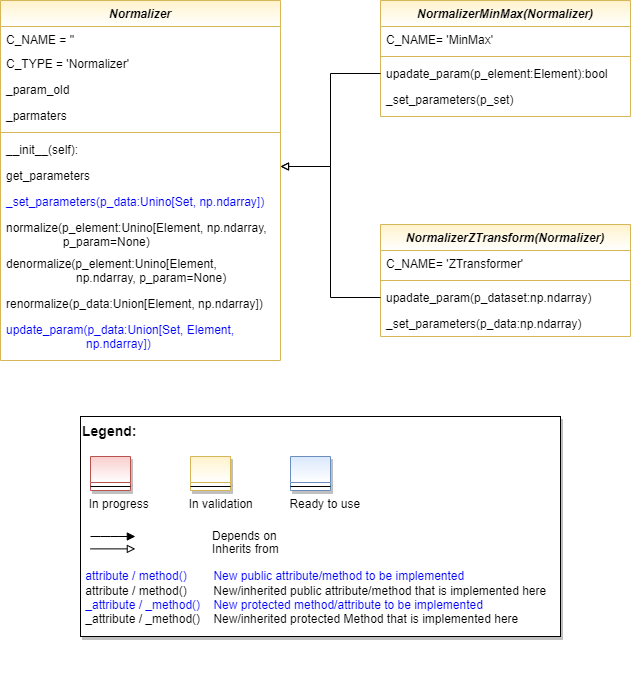
Before: doc/rtd/content/append2/core/images/bf/MLPro-BF-Math-Normalizers_class_diagram.drawio.png, a diagram exported from draw.io (fhswf/MLPro). Source tidied: cells renumbered, new cells last; positions are measured from the earlier drawing's top-left corner, leaving out a move shared by most shapes.
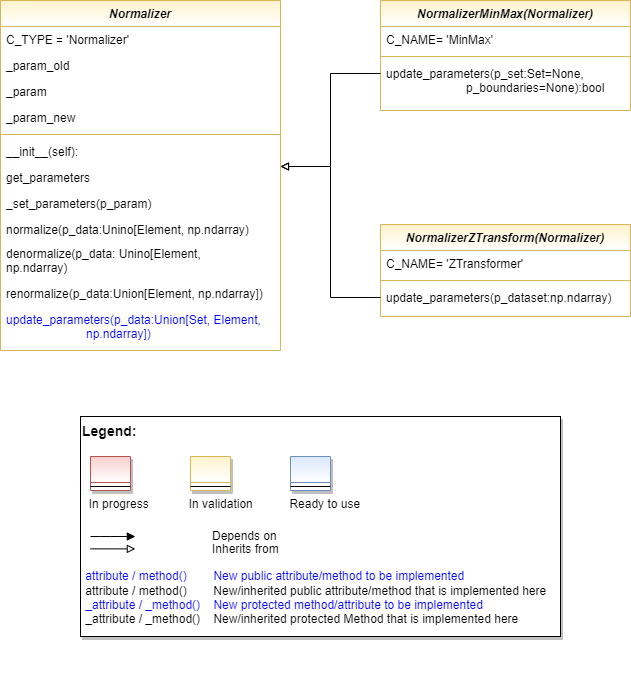
The same file after the commit.

Diff of the diagram source:
```diff
@@ -3,46 +3,46 @@
     <mxCell id="0" />
     <mxCell id="1" parent="0" />
     <mxCell id="2" value="Normalizer" style="swimlane;fontStyle=3;align=center;verticalAlign=top;horizontal=1;startSize=26;rounded=0;shadow=0;strokeWidth=1;fillColor=#fff2cc;strokeColor=#d6b656;gradientColor=#FFFFFF;" parent="1" vertex="1">
-      <mxGeometry width="280" height="360" as="geometry" />
+      <mxGeometry width="280" height="350" as="geometry" />
     </mxCell>
-    <mxCell id="3" value="C_NAME = ''" style="text;align=left;verticalAlign=top;spacingLeft=4;spacingRight=4;overflow=hidden;" parent="2" vertex="1">
-      <mxGeometry y="26" width="280" height="24" as="geometry" />
-    </mxCell>
     <mxCell id="4" value="C_TYPE = 'Normalizer'" style="text;align=left;verticalAlign=top;spacingLeft=4;spacingRight=4;overflow=hidden;rounded=0;shadow=0;html=0;" parent="2" vertex="1">
-      <mxGeometry y="50" width="280" height="26" as="geometry" />
+      <mxGeometry y="26" width="280" height="26" as="geometry" />
     </mxCell>
     <mxCell id="5" value="_param_old" style="text;align=left;verticalAlign=top;spacingLeft=4;spacingRight=4;overflow=hidden;rounded=0;shadow=0;html=0;" parent="2" vertex="1">
-      <mxGeometry y="76" width="280" height="26" as="geometry" />
+      <mxGeometry y="52" width="280" height="26" as="geometry" />
     </mxCell>
-    <mxCell id="6" value="_parmaters" style="text;align=left;verticalAlign=top;spacingLeft=4;spacingRight=4;overflow=hidden;rounded=0;shadow=0;html=0;" parent="2" vertex="1">
-      <mxGeometry y="102" width="280" height="26" as="geometry" />
+    <mxCell id="6" value="_param" style="text;align=left;verticalAlign=top;spacingLeft=4;spacingRight=4;overflow=hidden;rounded=0;shadow=0;html=0;" parent="2" vertex="1">
+      <mxGeometry y="78" width="280" height="26" as="geometry" />
     </mxCell>
+    <mxCell id="37" value="_param_new" style="text;align=left;verticalAlign=top;spacingLeft=4;spacingRight=4;overflow=hidden;rounded=0;shadow=0;html=0;" parent="2" vertex="1">
+      <mxGeometry y="104" width="280" height="26" as="geometry" />
+    </mxCell>
     <mxCell id="7" style="line;html=1;strokeWidth=1;align=left;verticalAlign=middle;spacingTop=-1;spacingLeft=3;spacingRight=3;labelPosition=right;fillColor=#fff2cc;strokeColor=#d6b656;gradientColor=#FFFFFF;" parent="2" vertex="1">
-      <mxGeometry y="128" width="280" height="8" as="geometry" />
+      <mxGeometry y="130" width="280" height="8" as="geometry" />
     </mxCell>
     <mxCell id="8" value="__init__(self):" style="text;align=left;verticalAlign=top;spacingLeft=4;spacingRight=4;overflow=hidden;" parent="2" vertex="1">
-      <mxGeometry y="136" width="280" height="26" as="geometry" />
+      <mxGeometry y="138" width="280" height="26" as="geometry" />
     </mxCell>
     <mxCell id="9" value="get_parameters" style="text;align=left;verticalAlign=top;spacingLeft=4;spacingRight=4;overflow=hidden;" parent="2" vertex="1">
-      <mxGeometry y="162" width="280" height="26" as="geometry" />
+      <mxGeometry y="164" width="280" height="26" as="geometry" />
     </mxCell>
-    <mxCell id="10" value="_set_parameters(p_data:Unino[Set, np.ndarray])" style="text;align=left;verticalAlign=top;spacingLeft=4;spacingRight=4;overflow=hidden;fontColor=#0000FF;" parent="2" vertex="1">
-      <mxGeometry y="188" width="280" height="26" as="geometry" />
+    <mxCell id="10" value="_set_parameters(p_param)" style="text;align=left;verticalAlign=top;spacingLeft=4;spacingRight=4;overflow=hidden;fontColor=#000000;" parent="2" vertex="1">
+      <mxGeometry y="190" width="280" height="26" as="geometry" />
     </mxCell>
-    <mxCell id="11" value="normalize(p_element:Unino[Element, np.ndarray,                  p_param=None)" style="text;align=left;verticalAlign=top;spacingLeft=4;spacingRight=4;overflow=hidden;whiteSpace=wrap;" parent="2" vertex="1">
-      <mxGeometry y="214" width="280" height="36" as="geometry" />
+    <mxCell id="11" value="normalize(p_data:Unino[Element, np.ndarray)" style="text;align=left;verticalAlign=top;spacingLeft=4;spacingRight=4;overflow=hidden;whiteSpace=wrap;" parent="2" vertex="1">
+      <mxGeometry y="216" width="280" height="24" as="geometry" />
     </mxCell>
-    <mxCell id="12" value="denormalize(p_element:Unino[Element,                      np.ndarray, p_param=None)" style="text;align=left;verticalAlign=top;spacingLeft=4;spacingRight=4;overflow=hidden;whiteSpace=wrap;" parent="2" vertex="1">
-      <mxGeometry y="250" width="280" height="40" as="geometry" />
+    <mxCell id="12" value="denormalize(p_data: Unino[Element,                      np.ndarray)" style="text;align=left;verticalAlign=top;spacingLeft=4;spacingRight=4;overflow=hidden;whiteSpace=wrap;" parent="2" vertex="1">
+      <mxGeometry y="240" width="280" height="40" as="geometry" />
     </mxCell>
     <mxCell id="13" value="renormalize(p_data:Union[Element, np.ndarray])" style="text;align=left;verticalAlign=top;spacingLeft=4;spacingRight=4;overflow=hidden;fontColor=#000000;" parent="2" vertex="1">
-      <mxGeometry y="290" width="280" height="26" as="geometry" />
+      <mxGeometry y="280" width="280" height="26" as="geometry" />
     </mxCell>
-    <mxCell id="14" value="update_param(p_data:Union[Set, Element,                         np.ndarray])" style="text;align=left;verticalAlign=top;spacingLeft=4;spacingRight=4;overflow=hidden;fontColor=#0000FF;whiteSpace=wrap;" parent="2" vertex="1">
-      <mxGeometry y="316" width="280" height="44" as="geometry" />
+    <mxCell id="14" value="update_parameters(p_data:Union[Set, Element,                         np.ndarray])" style="text;align=left;verticalAlign=top;spacingLeft=4;spacingRight=4;overflow=hidden;fontColor=#0000FF;whiteSpace=wrap;" parent="2" vertex="1">
+      <mxGeometry y="306" width="280" height="44" as="geometry" />
     </mxCell>
     <mxCell id="15" value="NormalizerMinMax(Normalizer)" style="swimlane;fontStyle=3;align=center;verticalAlign=top;horizontal=1;startSize=26;rounded=0;shadow=0;strokeWidth=1;fillColor=#fff2cc;strokeColor=#d6b656;gradientColor=#FFFFFF;" parent="1" vertex="1">
-      <mxGeometry x="380" width="250" height="116" as="geometry" />
+      <mxGeometry x="380" width="250" height="110" as="geometry" />
     </mxCell>
     <mxCell id="16" value="C_NAME= 'MinMax'" style="text;align=left;verticalAlign=top;spacingLeft=4;spacingRight=4;overflow=hidden;rounded=0;shadow=0;html=0;" parent="15" vertex="1">
       <mxGeometry y="26" width="250" height="26" as="geometry" />
@@ -50,12 +50,9 @@
     <mxCell id="17" style="line;html=1;strokeWidth=1;align=left;verticalAlign=middle;spacingTop=-1;spacingLeft=3;spacingRight=3;labelPosition=right;fillColor=#fff2cc;strokeColor=#d6b656;gradientColor=#FFFFFF;" parent="15" vertex="1">
       <mxGeometry y="52" width="250" height="8" as="geometry" />
     </mxCell>
-    <mxCell id="18" value="upadate_param(p_element:Element):bool" style="text;align=left;verticalAlign=top;spacingLeft=4;spacingRight=4;overflow=hidden;fontColor=#000000;" parent="15" vertex="1">
-      <mxGeometry y="60" width="250" height="26" as="geometry" />
+    <mxCell id="18" value="update_parameters(p_set:Set=None,                         p_boundaries=None):bool" style="text;align=left;verticalAlign=top;spacingLeft=4;spacingRight=4;overflow=hidden;fontColor=#000000;whiteSpace=wrap;" parent="15" vertex="1">
+      <mxGeometry y="60" width="250" height="50" as="geometry" />
     </mxCell>
-    <mxCell id="19" value="_set_parameters(p_set)" style="text;align=left;verticalAlign=top;spacingLeft=4;spacingRight=4;overflow=hidden;fontColor=#000000;" parent="15" vertex="1">
-      <mxGeometry y="86" width="250" height="26" as="geometry" />
-    </mxCell>
     <mxCell id="20" style="edgeStyle=orthogonalEdgeStyle;rounded=0;orthogonalLoop=1;jettySize=auto;html=1;fontColor=#000000;endArrow=block;endFill=0;" parent="1" edge="1">
       <mxGeometry relative="1" as="geometry">
         <mxPoint x="380" y="73" as="sourcePoint" />
@@ -67,7 +64,7 @@
       </mxGeometry>
     </mxCell>
     <mxCell id="21" value="NormalizerZTransform(Normalizer)" style="swimlane;fontStyle=3;align=center;verticalAlign=top;horizontal=1;startSize=26;rounded=0;shadow=0;strokeWidth=1;fillColor=#fff2cc;strokeColor=#d6b656;gradientColor=#FFFFFF;" parent="1" vertex="1">
-      <mxGeometry x="380" y="224" width="250" height="112" as="geometry" />
+      <mxGeometry x="380" y="224" width="250" height="92" as="geometry" />
     </mxCell>
     <mxCell id="22" value="C_NAME= 'ZTransformer'" style="text;align=left;verticalAlign=top;spacingLeft=4;spacingRight=4;overflow=hidden;rounded=0;shadow=0;html=0;" parent="21" vertex="1">
       <mxGeometry y="26" width="250" height="26" as="geometry" />
@@ -75,12 +72,9 @@
     <mxCell id="23" style="line;html=1;strokeWidth=1;align=left;verticalAlign=middle;spacingTop=-1;spacingLeft=3;spacingRight=3;labelPosition=right;fillColor=#fff2cc;strokeColor=#d6b656;gradientColor=#FFFFFF;" parent="21" vertex="1">
       <mxGeometry y="52" width="250" height="8" as="geometry" />
     </mxCell>
-    <mxCell id="24" value="upadate_param(p_dataset:np.ndarray)" style="text;align=left;verticalAlign=top;spacingLeft=4;spacingRight=4;overflow=hidden;points=[[0,0.5],[1,0.5]];portConstraint=eastwest;fontColor=#000000;" parent="21" vertex="1">
+    <mxCell id="24" value="update_parameters(p_dataset:np.ndarray)" style="text;align=left;verticalAlign=top;spacingLeft=4;spacingRight=4;overflow=hidden;points=[[0,0.5],[1,0.5]];portConstraint=eastwest;fontColor=#000000;" parent="21" vertex="1">
       <mxGeometry y="60" width="250" height="26" as="geometry" />
     </mxCell>
-    <mxCell id="25" value="_set_parameters(p_data:np.ndarray)" style="text;align=left;verticalAlign=top;spacingLeft=4;spacingRight=4;overflow=hidden;fontColor=#000000;" parent="21" vertex="1">
-      <mxGeometry y="86" width="250" height="26" as="geometry" />
-    </mxCell>
     <mxCell id="26" style="edgeStyle=orthogonalEdgeStyle;rounded=0;jettySize=auto;html=1;fontColor=#000000;endArrow=block;endFill=0;exitX=0;exitY=0.5;exitDx=0;exitDy=0;" parent="1" edge="1" source="24">
       <mxGeometry relative="1" as="geometry">
         <mxPoint x="280" y="166" as="targetPoint" />
```
